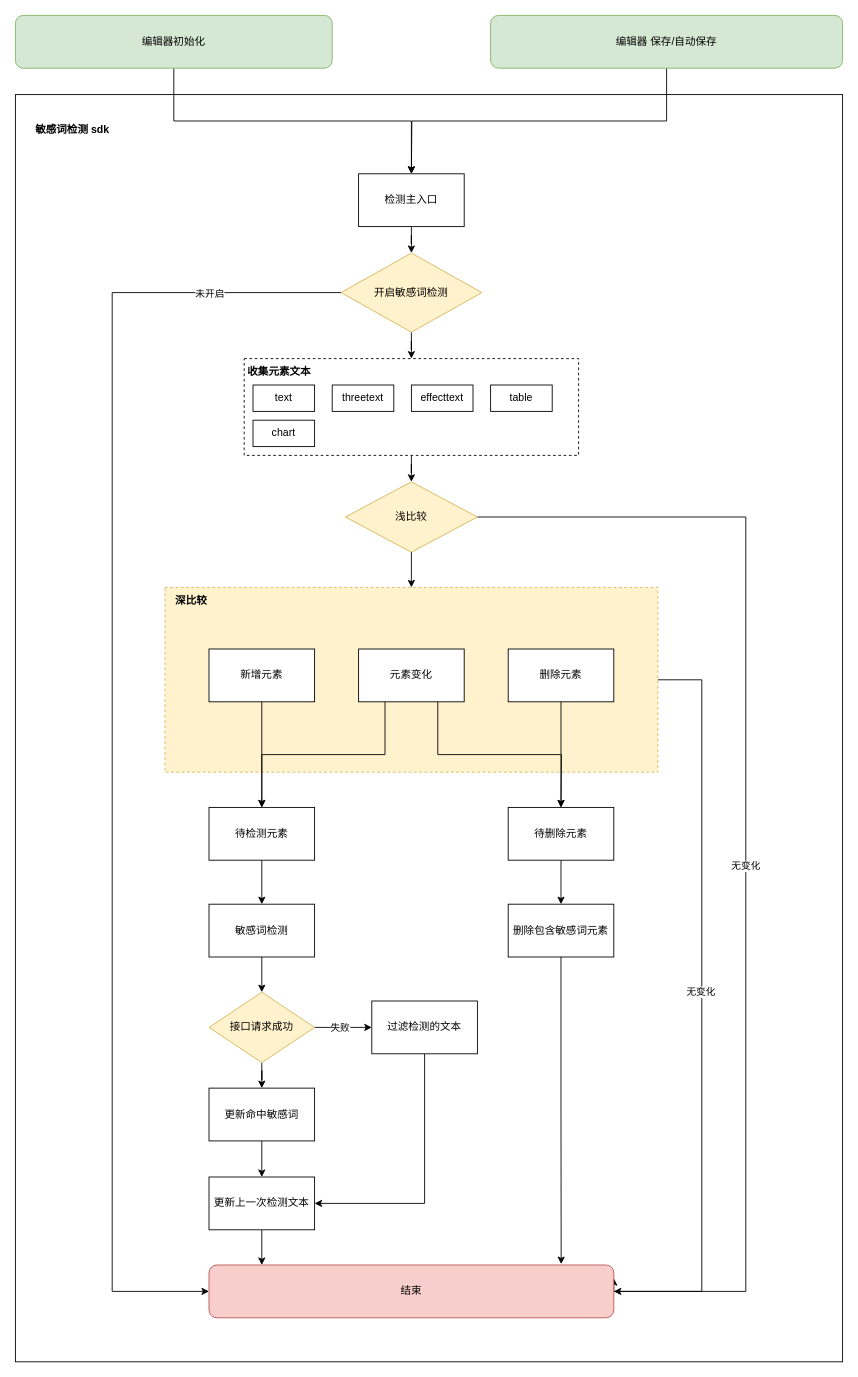
Before: worker/ka 敏感词检测.drawio in TNT-Likely/diagrams, a draw.io diagram. Source tidied: cells renumbered, new cells numbered last; positions are measured from the earlier drawing's top-left corner, leaving out a move shared by most shapes. Both pictures are drawn from the tidied source at 88%, with x=0, y=0 at pixel (15, 15).
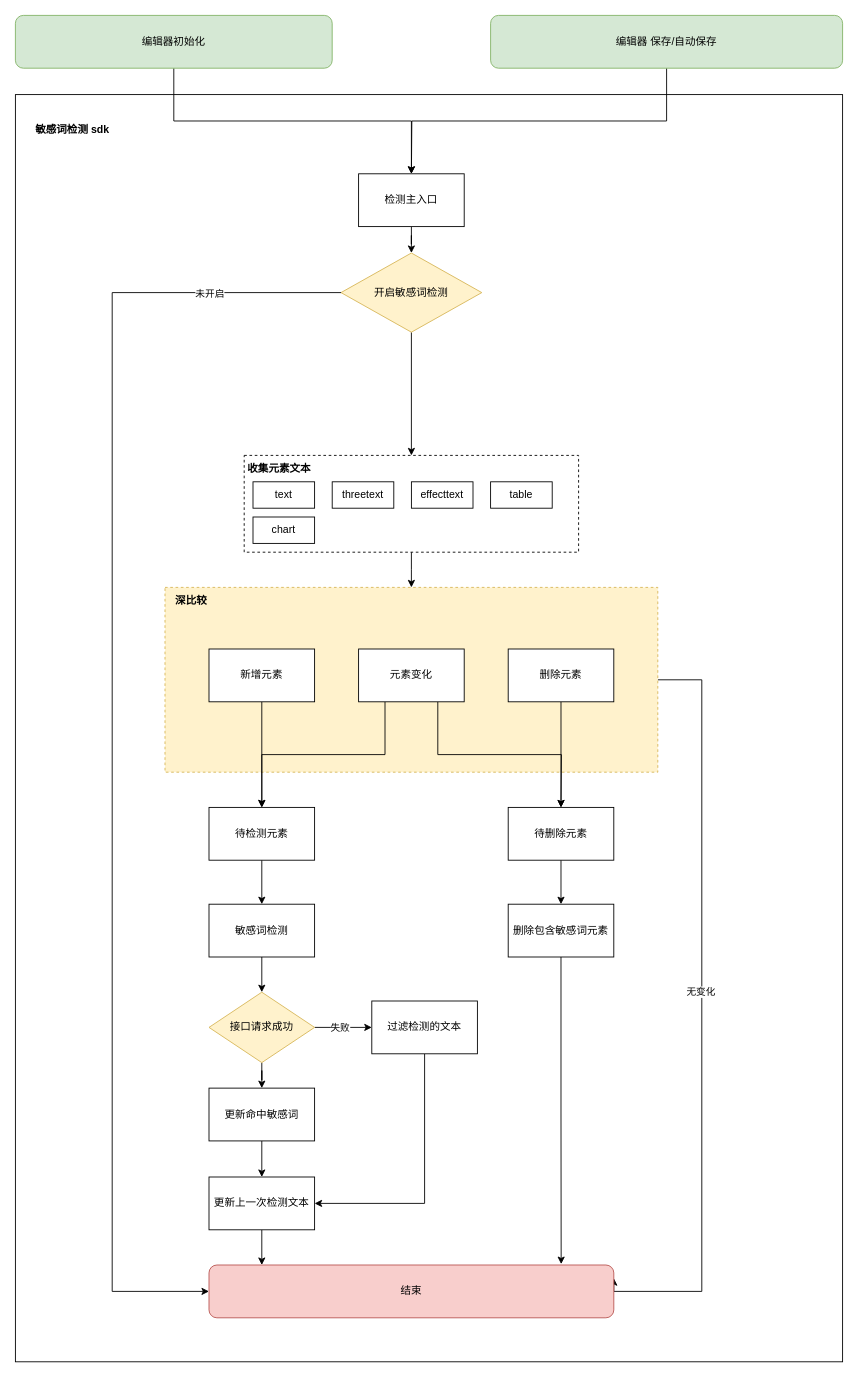
Above is the later version.

Commit message:
更新ka 敏感词检测.drawio

The change refers to these unchanged cells:
```xml
<mxCell id="17" style="whiteSpace=wrap;html=1;dashed=1;fillColor=#fff2cc;strokeColor=#d6b656;" parent="1" vertex="1">
  <mxGeometry x="170" y="650" width="560" height="210" as="geometry" />
</mxCell>
<mxCell id="40" value="结束" style="rounded=1;whiteSpace=wrap;html=1;fillColor=#f8cecc;strokeColor=#b85450;" parent="1" vertex="1">
  <mxGeometry x="220" y="1420" width="460" height="60" as="geometry" />
</mxCell>
```

Diff of the diagram source:
```diff
@@
-    <mxCell id="10" style="edgeStyle=orthogonalEdgeStyle;rounded=0;jettySize=auto;html=1;" parent="1" edge="1" source="11" target="14">
-      <mxGeometry relative="1" as="geometry" />
-    </mxCell>
-    <mxCell id="11" style="rounded=0;whiteSpace=wrap;html=1;dashed=1;" parent="1" vertex="1">
-      <mxGeometry x="260" y="390" width="380" height="110" as="geometry" />
-    </mxCell>
-    <mxCell id="12" style="edgeStyle=orthogonalEdgeStyle;rounded=0;jettySize=auto;html=1;entryX=1;entryY=0.5;entryDx=0;entryDy=0;exitX=1;exitY=0.5;exitDx=0;exitDy=0;" parent="1" edge="1" source="14" target="40">
-      <mxGeometry relative="1" as="geometry">
-        <Array as="points">
-          <mxPoint x="830" y="570" />
-          <mxPoint x="830" y="1450" />
-        </Array>
-      </mxGeometry>
-    </mxCell>
-    <mxCell id="13" value="无变化" style="edgeLabel;html=1;align=center;verticalAlign=middle;" parent="12" vertex="1">
-      <mxGeometry x="0.05" y="-1" relative="1" as="geometry" />
-    </mxCell>
-    <mxCell id="14" value="浅比较" style="rhombus;whiteSpace=wrap;html=1;fillColor=#fff2cc;strokeColor=#d6b656;" parent="1" vertex="1">
-      <mxGeometry x="375" y="530" width="150" height="80" as="geometry" />
-    </mxCell>
@@
-    <mxCell id="18" style="edgeStyle=orthogonalEdgeStyle;rounded=0;jettySize=auto;html=1;" parent="1" edge="1" source="14" target="17">
-      <mxGeometry relative="1" as="geometry" />
-    </mxCell>
@@
+    <mxCell id="56" style="group;" parent="1" vertex="1">
+      <mxGeometry x="260" y="500" width="380" height="110" as="geometry" />
+    </mxCell>
+    <mxCell id="11" style="rounded=0;whiteSpace=wrap;html=1;dashed=1;" parent="56" vertex="1">
+      <mxGeometry width="380" height="110" as="geometry" />
+    </mxCell>
-    <mxCell id="50" value="收集元素文本" style="text;html=1;strokeColor=none;fillColor=none;align=center;verticalAlign=middle;whiteSpace=wrap;rounded=0;fontStyle=1;" parent="1" vertex="1">
-      <mxGeometry x="260" y="390" width="80" height="30" as="geometry" />
+    <mxCell id="50" value="收集元素文本" style="text;html=1;strokeColor=none;fillColor=none;align=center;verticalAlign=middle;whiteSpace=wrap;rounded=0;fontStyle=1;" parent="56" vertex="1">
+      <mxGeometry width="80" height="30" as="geometry" />
     </mxCell>
-    <mxCell id="51" value="text" style="rounded=0;whiteSpace=wrap;html=1;" parent="1" vertex="1">
-      <mxGeometry x="270" y="420" width="70" height="30" as="geometry" />
+    <mxCell id="51" value="text" style="rounded=0;whiteSpace=wrap;html=1;" parent="56" vertex="1">
+      <mxGeometry x="10" y="30" width="70" height="30" as="geometry" />
     </mxCell>
-    <mxCell id="52" value="threetext" style="rounded=0;whiteSpace=wrap;html=1;" parent="1" vertex="1">
-      <mxGeometry x="360" y="420" width="70" height="30" as="geometry" />
+    <mxCell id="52" value="threetext" style="rounded=0;whiteSpace=wrap;html=1;" parent="56" vertex="1">
+      <mxGeometry x="100" y="30" width="70" height="30" as="geometry" />
     </mxCell>
-    <mxCell id="53" value="effecttext" style="rounded=0;whiteSpace=wrap;html=1;" parent="1" vertex="1">
-      <mxGeometry x="450" y="420" width="70" height="30" as="geometry" />
+    <mxCell id="53" value="effecttext" style="rounded=0;whiteSpace=wrap;html=1;" parent="56" vertex="1">
+      <mxGeometry x="190" y="30" width="70" height="30" as="geometry" />
     </mxCell>
-    <mxCell id="54" value="table" style="rounded=0;whiteSpace=wrap;html=1;" parent="1" vertex="1">
-      <mxGeometry x="540" y="420" width="70" height="30" as="geometry" />
+    <mxCell id="54" value="table" style="rounded=0;whiteSpace=wrap;html=1;" parent="56" vertex="1">
+      <mxGeometry x="280" y="30" width="70" height="30" as="geometry" />
     </mxCell>
-    <mxCell id="55" value="chart" style="rounded=0;whiteSpace=wrap;html=1;" parent="1" vertex="1">
-      <mxGeometry x="270" y="460" width="70" height="30" as="geometry" />
+    <mxCell id="55" value="chart" style="rounded=0;whiteSpace=wrap;html=1;" parent="56" vertex="1">
+      <mxGeometry x="10" y="70" width="70" height="30" as="geometry" />
     </mxCell>
+    <mxCell id="57" style="edgeStyle=orthogonalEdgeStyle;rounded=0;jettySize=auto;html=1;" parent="1" edge="1" source="11">
+      <mxGeometry relative="1" as="geometry">
+        <mxPoint x="450" y="650" as="targetPoint" />
+      </mxGeometry>
+    </mxCell>
```
